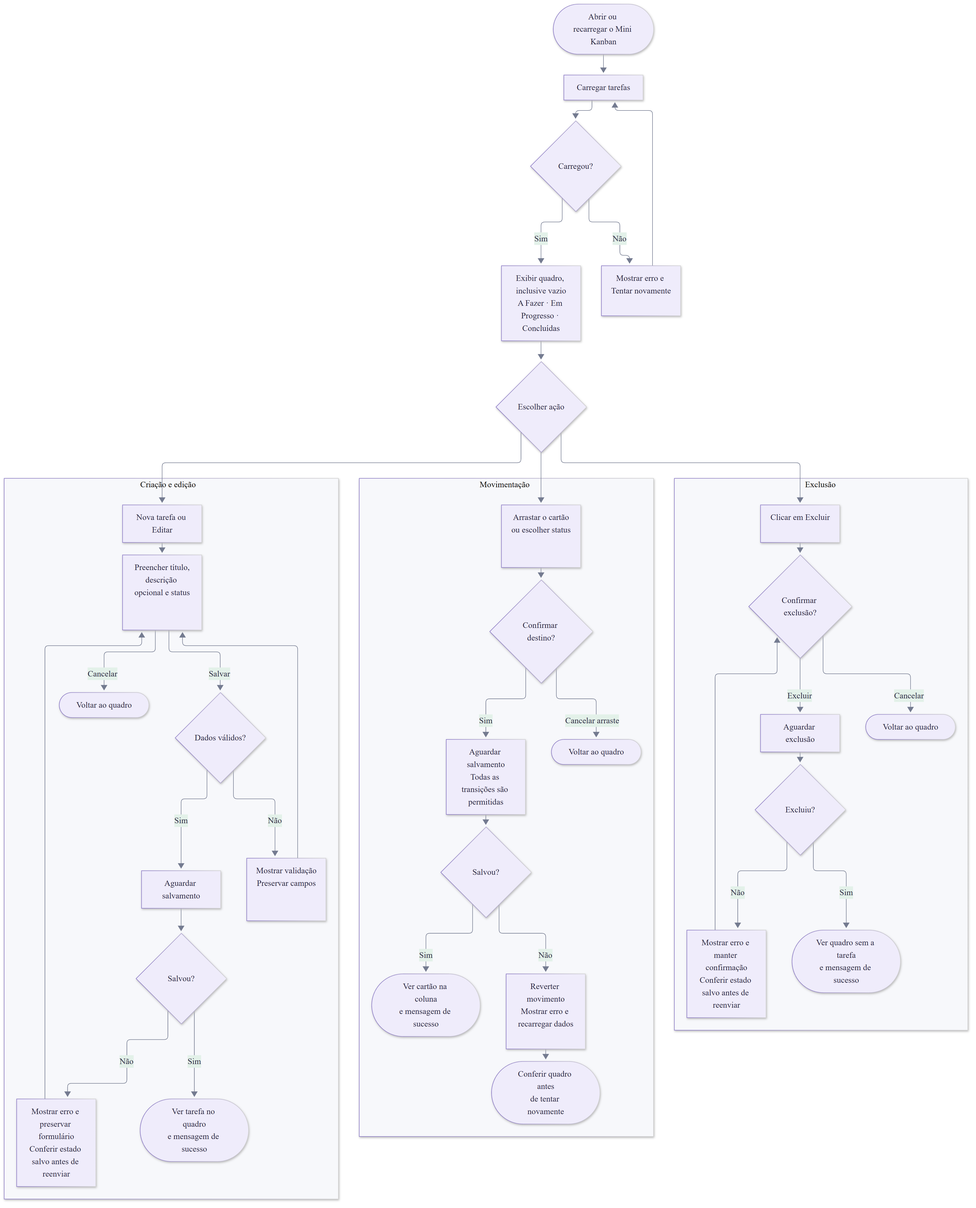
CDNtiago/desafio-fullstack-veritas keeps this Mermaid diagram as docs/user-flow.png. Above is the earlier version. Its source is kept beside it as docs/user-flow.mmd.
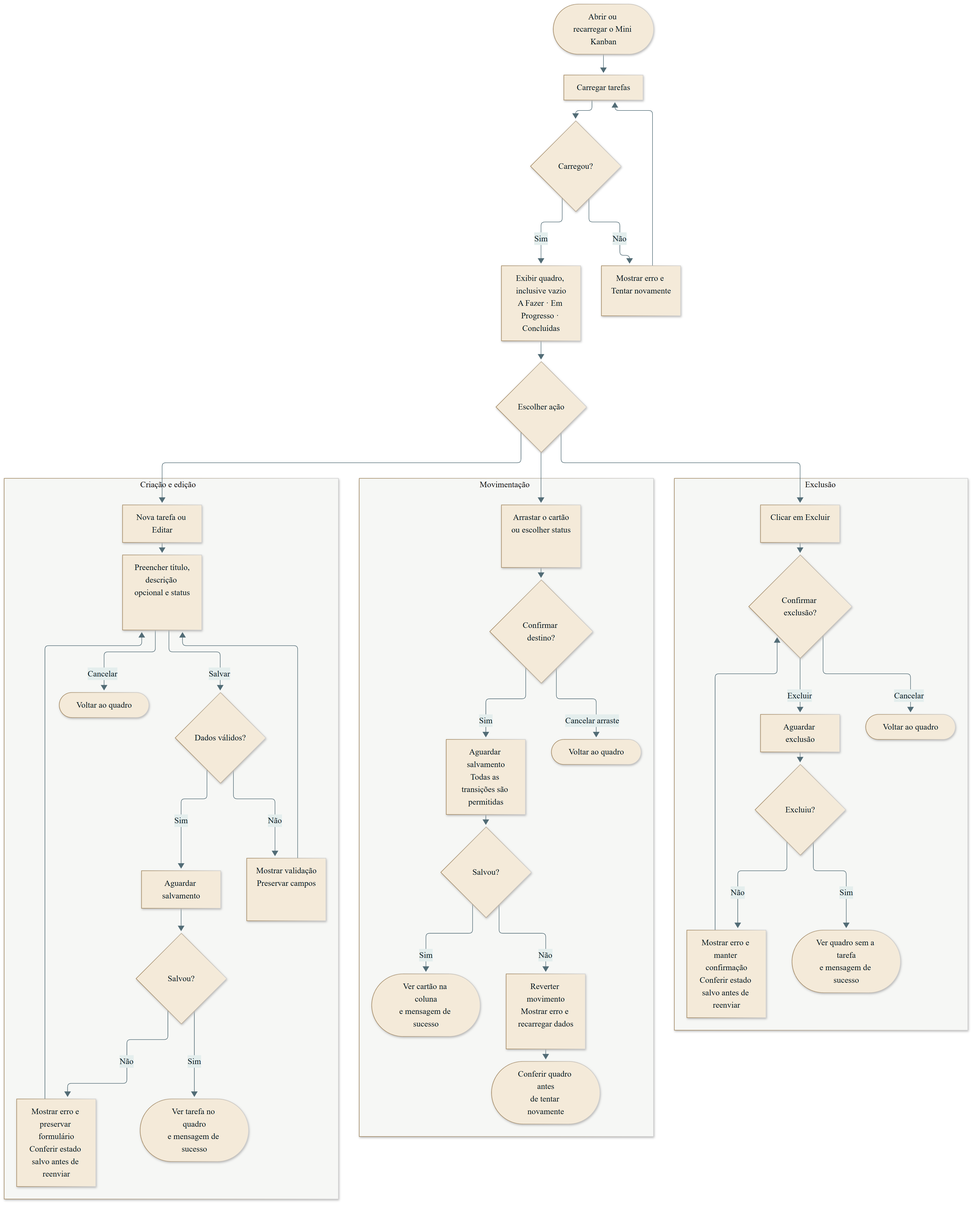
The same diagram one commit later.

What changed in the source:
```diff
@@ -2,12 +2,12 @@
 config:
   theme: base
   themeVariables:
-    primaryColor: '#efecfb'
-    primaryTextColor: '#29263e'
-    primaryBorderColor: '#8775c4'
-    lineColor: '#747b90'
-    secondaryColor: '#e3f1e9'
-    tertiaryColor: '#f7f8fb'
+    primaryColor: '#f4ead9'
+    primaryTextColor: '#02141b'
+    primaryBorderColor: '#9f835a'
+    lineColor: '#526c76'
+    secondaryColor: '#e4eeed'
+    tertiaryColor: '#f6f7f5'
     fontFamily: 'Arial, sans-serif'
     fontSize: '16px'
 ---
```
